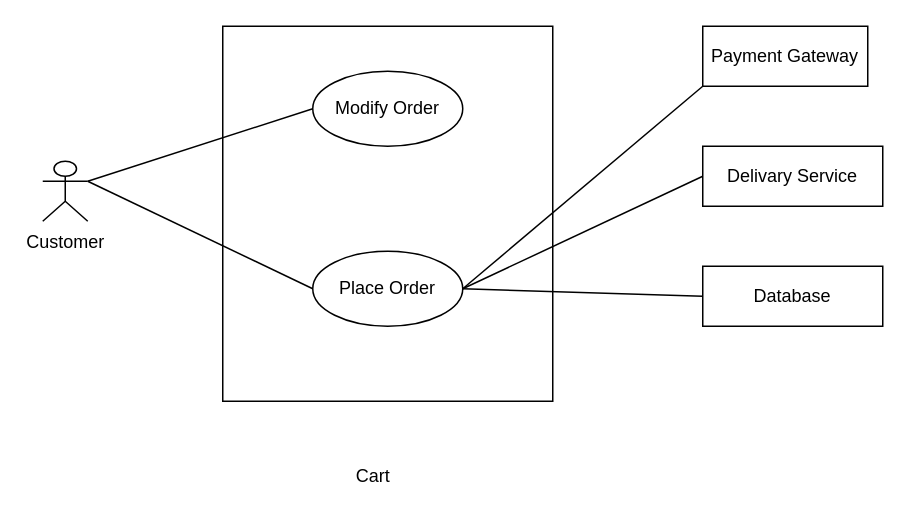
This is Software-Requirement-Specification/Use-Case-Diagrams/Level-1.7.drawio from fiercePanda007/SPL2-EcommerceWebApp, a draw.io file, before an edit. Source tidied: cells renumbered, new cells numbered last; positions are measured from the earlier drawing's top-left corner, leaving out a move shared by most shapes. Both pictures are drawn from the tidied source at 150%, with x=0, y=0 at pixel (42, 26).
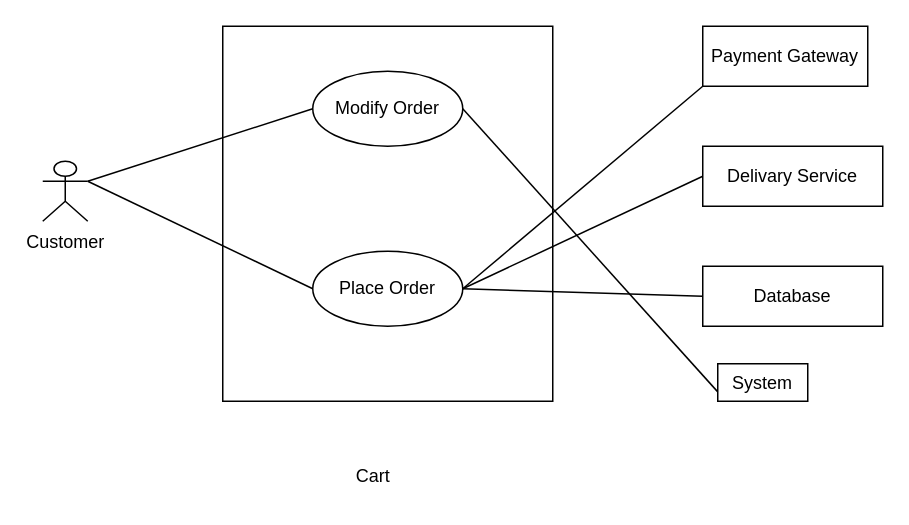
The same diagram, later.

The edit, as a diff of the source:
```diff
@@
 <mxGraphModel>
   <root>
     <mxCell id="0" />
     <mxCell id="1" parent="0" />
     <mxCell id="2" style="rounded=0;whiteSpace=wrap;html=1;" parent="1" vertex="1">
       <mxGeometry x="120" width="220" height="250" as="geometry" />
     </mxCell>
     <mxCell id="3" style="edgeStyle=none;html=1;exitX=1;exitY=0.5;exitDx=0;exitDy=0;endArrow=none;endFill=0;" parent="1" edge="1" source="6">
       <mxGeometry relative="1" as="geometry">
         <mxPoint x="440" y="40" as="targetPoint" />
       </mxGeometry>
     </mxCell>
     <mxCell id="4" style="edgeStyle=none;html=1;exitX=1;exitY=0.5;exitDx=0;exitDy=0;entryX=0;entryY=0.5;entryDx=0;entryDy=0;endArrow=none;endFill=0;" parent="1" edge="1" source="6" target="8">
       <mxGeometry relative="1" as="geometry" />
     </mxCell>
     <mxCell id="5" style="edgeStyle=none;html=1;exitX=1;exitY=0.5;exitDx=0;exitDy=0;entryX=0;entryY=0.5;entryDx=0;entryDy=0;endArrow=none;endFill=0;" parent="1" edge="1" source="6" target="13">
       <mxGeometry relative="1" as="geometry" />
     </mxCell>
     <mxCell id="6" value="Place Order" style="ellipse;whiteSpace=wrap;html=1;" parent="1" vertex="1">
       <mxGeometry x="180" y="150" width="100" height="50" as="geometry" />
     </mxCell>
+    <mxCell id="15" style="edgeStyle=none;html=1;exitX=1;exitY=0.5;exitDx=0;exitDy=0;entryX=0;entryY=0.75;entryDx=0;entryDy=0;endArrow=none;endFill=0;" parent="1" edge="1" source="7" target="16">
+      <mxGeometry relative="1" as="geometry" />
+    </mxCell>
     <mxCell id="7" value="Modify Order" style="ellipse;whiteSpace=wrap;html=1;" parent="1" vertex="1">
       <mxGeometry x="180" y="30" width="100" height="50" as="geometry" />
     </mxCell>
     <mxCell id="8" value="Delivary Service" style="rounded=0;whiteSpace=wrap;html=1;" parent="1" vertex="1">
       <mxGeometry x="440" y="80" width="120" height="40" as="geometry" />
     </mxCell>
     <mxCell id="9" value="Payment Gateway" style="rounded=0;whiteSpace=wrap;html=1;" parent="1" vertex="1">
       <mxGeometry x="440" width="110" height="40" as="geometry" />
     </mxCell>
     <mxCell id="10" style="edgeStyle=none;html=1;exitX=1;exitY=0.3333333333333333;exitDx=0;exitDy=0;exitPerimeter=0;entryX=0;entryY=0.5;entryDx=0;entryDy=0;endArrow=none;endFill=0;" parent="1" edge="1" source="12" target="7">
       <mxGeometry relative="1" as="geometry" />
     </mxCell>
     <mxCell id="11" style="edgeStyle=none;html=1;exitX=1;exitY=0.3333333333333333;exitDx=0;exitDy=0;exitPerimeter=0;entryX=0;entryY=0.5;entryDx=0;entryDy=0;endArrow=none;endFill=0;" parent="1" edge="1" source="12" target="6">
       <mxGeometry relative="1" as="geometry" />
     </mxCell>
     <mxCell id="12" value="Customer" style="shape=umlActor;verticalLabelPosition=bottom;verticalAlign=top;html=1;outlineConnect=0;" parent="1" vertex="1">
       <mxGeometry y="90" width="30" height="40" as="geometry" />
     </mxCell>
     <mxCell id="13" value="Database" style="rounded=0;whiteSpace=wrap;html=1;" parent="1" vertex="1">
       <mxGeometry x="440" y="160" width="120" height="40" as="geometry" />
     </mxCell>
     <mxCell id="14" value="Cart" style="text;html=1;align=center;verticalAlign=middle;strokeColor=none;fillColor=none;" parent="1" vertex="1">
       <mxGeometry x="195" y="285" width="50" height="30" as="geometry" />
     </mxCell>
+    <mxCell id="16" value="System" style="rounded=0;whiteSpace=wrap;html=1;" parent="1" vertex="1">
+      <mxGeometry x="450" y="225" width="60" height="25" as="geometry" />
+    </mxCell>
   </root>
 </mxGraphModel>
```
